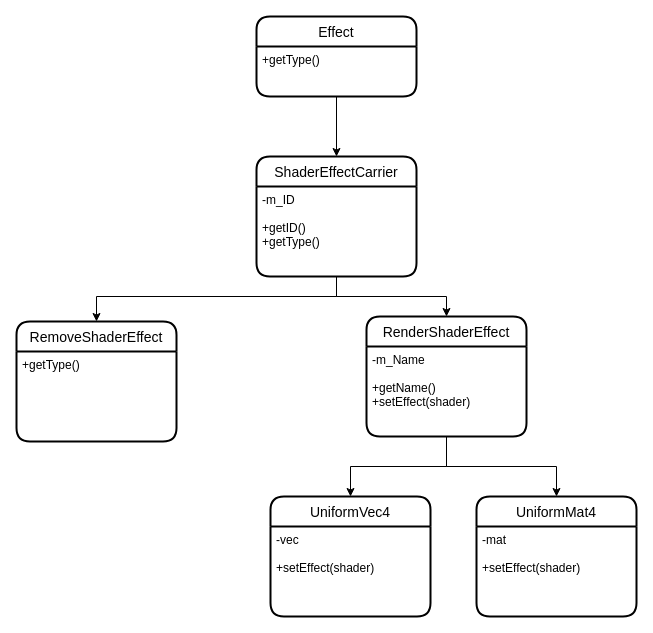
The draw.io diagram page "Effects" (6 of 10) of docs/Design - Classes.drawio in DeDerpster/TheMazeGame, before the edit. Source tidied: cells renumbered, new cells numbered last; positions are measured from the earlier drawing's top-left corner, leaving out a move shared by most shapes. Both pictures are drawn from the tidied source at 100%, with x=0, y=0 at pixel (16, 16).
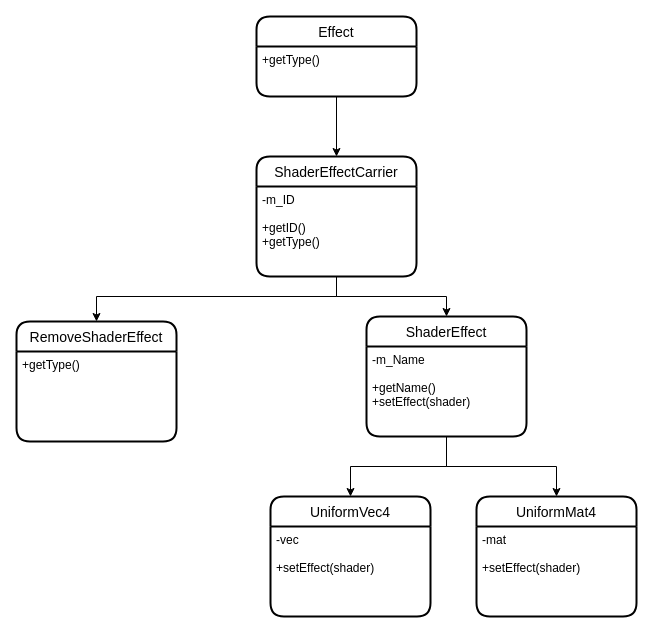
The same page after the edit.

What changed in the source:
```diff
@@
-    <mxCell id="12" value="RenderShaderEffect" style="swimlane;horizontal=1;startSize=30;rounded=1;fontSize=14;fontStyle=0;strokeWidth=2;shadow=0;dashed=0;align=center;" parent="1" vertex="1">
+    <mxCell id="12" value="ShaderEffect" style="swimlane;horizontal=1;startSize=30;rounded=1;fontSize=14;fontStyle=0;strokeWidth=2;shadow=0;dashed=0;align=center;" parent="1" vertex="1">
       <mxGeometry x="350" y="300" width="160" height="120" as="geometry" />
     </mxCell>
```
